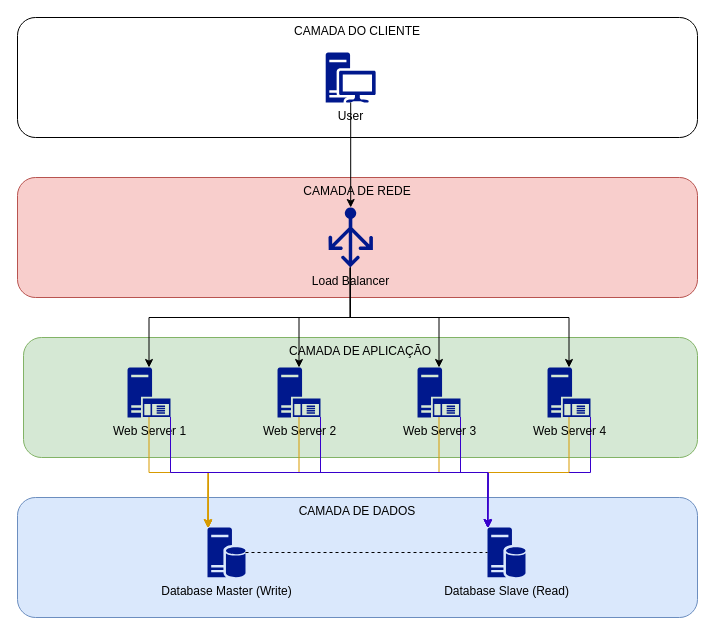
This is DiagramaEstudoCaso02.drawio from dmtz1989/valcann-programa-estagio-2025.1, a draw.io file, before an edit. Source tidied: cells renumbered, new cells numbered last; positions are measured from the earlier drawing's top-left corner, leaving out a move shared by most shapes. Both pictures are drawn from the tidied source at 100%, with x=0, y=0 at pixel (17, 17).
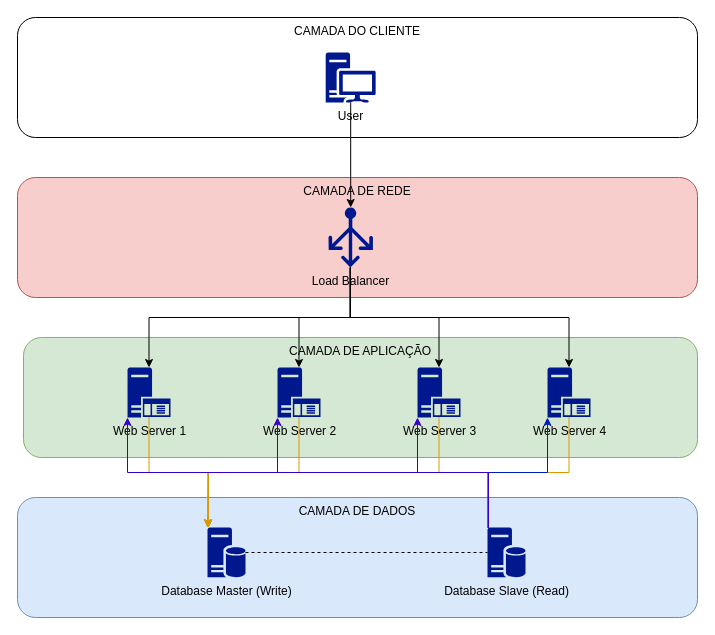
The same diagram, later.

Commit message (it also covers changes not shown here):
fix: Atualização de Diagramas

The change refers to these unchanged cells:
```xml
<mxCell id="7" value="Web Server 1" style="sketch=0;shadow=0;dashed=0;html=1;strokeColor=none;labelPosition=center;verticalLabelPosition=bottom;verticalAlign=top;align=center;fillColor=#00188D;shape=mxgraph.mscae.enterprise.application_server;" parent="1" vertex="1">
  <mxGeometry x="110" y="350" width="43" height="50" as="geometry" />
</mxCell>
<mxCell id="9" value="Web Server 2" style="sketch=0;shadow=0;dashed=0;html=1;strokeColor=none;labelPosition=center;verticalLabelPosition=bottom;verticalAlign=top;align=center;fillColor=#00188D;shape=mxgraph.mscae.enterprise.application_server;" parent="1" vertex="1">
  <mxGeometry x="260" y="350" width="43" height="50" as="geometry" />
</mxCell>
<mxCell id="12" value="Web Server 3" style="sketch=0;shadow=0;dashed=0;html=1;strokeColor=none;labelPosition=center;verticalLabelPosition=bottom;verticalAlign=top;align=center;fillColor=#00188D;shape=mxgraph.mscae.enterprise.application_server;" parent="1" vertex="1">
  <mxGeometry x="400" y="350" width="43" height="50" as="geometry" />
</mxCell>
<mxCell id="14" value="Web Server 4&lt;div&gt;&lt;br&gt;&lt;/div&gt;" style="sketch=0;shadow=0;dashed=0;html=1;strokeColor=none;labelPosition=center;verticalLabelPosition=bottom;verticalAlign=top;align=center;fillColor=#00188D;shape=mxgraph.mscae.enterprise.application_server;" parent="1" vertex="1">
  <mxGeometry x="530" y="350" width="43" height="50" as="geometry" />
</mxCell>
<mxCell id="16" value="Database Slave (Read)" style="sketch=0;shadow=0;dashed=0;html=1;strokeColor=none;labelPosition=center;verticalLabelPosition=bottom;verticalAlign=top;align=center;fillColor=#00188D;shape=mxgraph.mscae.enterprise.database_server;" parent="1" vertex="1">
  <mxGeometry x="470" y="510" width="38" height="50" as="geometry" />
</mxCell>
```

What changed in the source:
```diff
@@
-    <mxCell id="8" style="edgeStyle=orthogonalEdgeStyle;rounded=0;jettySize=auto;html=1;exitX=1;exitY=0.99;exitDx=0;exitDy=0;exitPerimeter=0;fillColor=#6a00ff;strokeColor=#3700CC;" parent="1" edge="1" source="9">
-      <mxGeometry relative="1" as="geometry">
-        <mxPoint x="470" y="510" as="targetPoint" />
-      </mxGeometry>
-    </mxCell>
@@
-    <mxCell id="11" style="edgeStyle=orthogonalEdgeStyle;rounded=0;jettySize=auto;html=1;exitX=1;exitY=0.99;exitDx=0;exitDy=0;exitPerimeter=0;fillColor=#6a00ff;strokeColor=#3700CC;" parent="1" edge="1" source="12">
-      <mxGeometry relative="1" as="geometry">
-        <mxPoint x="470" y="510" as="targetPoint" />
-      </mxGeometry>
-    </mxCell>
@@
-    <mxCell id="13" style="edgeStyle=orthogonalEdgeStyle;rounded=0;jettySize=auto;html=1;exitX=1;exitY=0.99;exitDx=0;exitDy=0;exitPerimeter=0;fillColor=#6a00ff;strokeColor=#3700CC;" parent="1" edge="1" source="14">
-      <mxGeometry relative="1" as="geometry">
-        <mxPoint x="470" y="510" as="targetPoint" />
-      </mxGeometry>
-    </mxCell>
@@
-    <mxCell id="24" style="edgeStyle=orthogonalEdgeStyle;rounded=0;jettySize=auto;html=1;exitX=1;exitY=0.99;exitDx=0;exitDy=0;exitPerimeter=0;entryX=0.02;entryY=0.01;entryDx=0;entryDy=0;entryPerimeter=0;fillColor=#6a00ff;strokeColor=#3700CC;" parent="1" edge="1" source="7" target="16">
-      <mxGeometry relative="1" as="geometry">
-        <Array as="points">
-          <mxPoint x="153" y="455" />
-          <mxPoint x="471" y="455" />
-        </Array>
-      </mxGeometry>
-    </mxCell>
@@
+    <mxCell id="28" style="edgeStyle=orthogonalEdgeStyle;rounded=0;jettySize=auto;html=1;exitX=0.02;exitY=0.01;exitDx=0;exitDy=0;exitPerimeter=0;entryX=0;entryY=1;entryDx=0;entryDy=0;entryPerimeter=0;fillColor=#0050ef;strokeColor=#001DBC;" parent="1" edge="1" source="16" target="14">
+      <mxGeometry relative="1" as="geometry" />
+    </mxCell>
+    <mxCell id="29" style="edgeStyle=orthogonalEdgeStyle;rounded=0;jettySize=auto;html=1;exitX=0.02;exitY=0.01;exitDx=0;exitDy=0;exitPerimeter=0;entryX=0;entryY=1;entryDx=0;entryDy=0;entryPerimeter=0;fillColor=#6a00ff;strokeColor=#3700CC;" parent="1" edge="1" source="16" target="12">
+      <mxGeometry relative="1" as="geometry" />
+    </mxCell>
+    <mxCell id="30" style="edgeStyle=orthogonalEdgeStyle;rounded=0;jettySize=auto;html=1;exitX=0.02;exitY=0.01;exitDx=0;exitDy=0;exitPerimeter=0;entryX=0;entryY=1;entryDx=0;entryDy=0;entryPerimeter=0;fillColor=#6a00ff;strokeColor=#3700CC;" parent="1" edge="1" source="16" target="9">
+      <mxGeometry relative="1" as="geometry" />
+    </mxCell>
+    <mxCell id="31" style="edgeStyle=orthogonalEdgeStyle;rounded=0;jettySize=auto;html=1;exitX=0.02;exitY=0.01;exitDx=0;exitDy=0;exitPerimeter=0;entryX=0;entryY=1;entryDx=0;entryDy=0;entryPerimeter=0;fillColor=#6a00ff;strokeColor=#3700CC;" parent="1" edge="1" source="16" target="7">
+      <mxGeometry relative="1" as="geometry" />
+    </mxCell>
```
